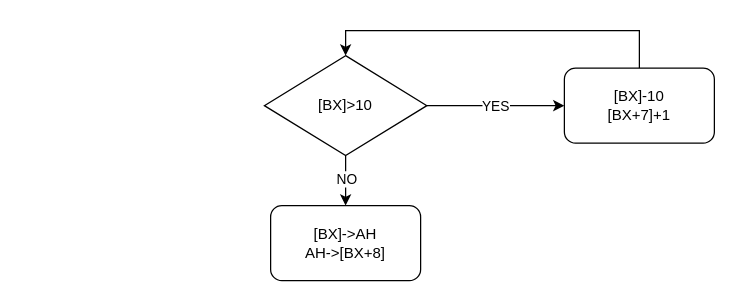
Syrzy/GITTEST keeps this draw.io diagram as 汇编实验1.1.drawio. Above is the earlier version. Source tidied: cells renumbered, new cells numbered last; positions are measured from the earlier drawing's top-left corner, leaving out a move shared by most shapes. Both pictures are drawn from the tidied source at 125%, with x=0, y=0 at pixel (264, 30).
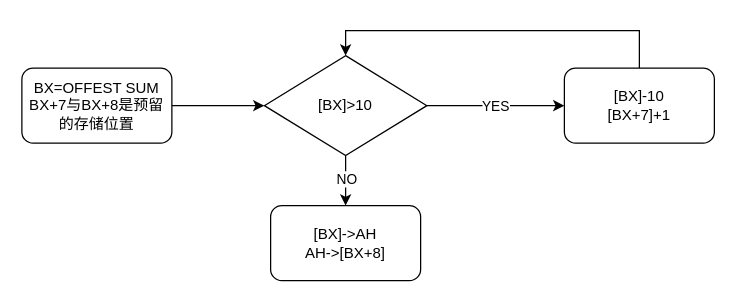
Above is the later version.

What changed in the source:
```diff
@@
 <mxGraphModel>
   <root>
     <mxCell id="0" />
     <mxCell id="1" parent="0" />
     <mxCell id="2" style="edgeStyle=orthogonalEdgeStyle;rounded=0;jettySize=auto;html=1;entryX=0;entryY=0.5;entryDx=0;entryDy=0;" parent="1" edge="1" source="6" target="8">
       <mxGeometry relative="1" as="geometry" />
     </mxCell>
     <mxCell id="3" value="YES" style="edgeLabel;html=1;align=center;verticalAlign=middle;" parent="2" vertex="1">
       <mxGeometry x="-0.2" y="2" relative="1" as="geometry">
         <mxPoint x="10" y="2" as="offset" />
       </mxGeometry>
     </mxCell>
     <mxCell id="4" style="edgeStyle=orthogonalEdgeStyle;rounded=0;jettySize=auto;html=1;" parent="1" edge="1" source="6" target="9">
       <mxGeometry relative="1" as="geometry" />
     </mxCell>
     <mxCell id="5" value="NO" style="edgeLabel;html=1;align=center;verticalAlign=middle;" parent="4" vertex="1">
       <mxGeometry x="-0.26" relative="1" as="geometry">
         <mxPoint y="3" as="offset" />
       </mxGeometry>
     </mxCell>
     <mxCell id="6" value="[BX]&amp;gt;10" style="rhombus;whiteSpace=wrap;html=1;" parent="1" vertex="1">
       <mxGeometry y="20" width="130" height="80" as="geometry" />
     </mxCell>
     <mxCell id="7" style="edgeStyle=orthogonalEdgeStyle;rounded=0;jettySize=auto;html=1;entryX=0.5;entryY=0;entryDx=0;entryDy=0;" parent="1" edge="1" source="8" target="6">
       <mxGeometry relative="1" as="geometry">
         <Array as="points">
           <mxPoint x="300" />
           <mxPoint x="65" />
         </Array>
       </mxGeometry>
     </mxCell>
     <mxCell id="8" value="[BX]-10&lt;br&gt;[BX+7]+1" style="rounded=1;whiteSpace=wrap;html=1;" parent="1" vertex="1">
       <mxGeometry x="240" y="30" width="120" height="60" as="geometry" />
     </mxCell>
     <mxCell id="9" value="[BX]-&amp;gt;AH&lt;br&gt;AH-&amp;gt;[BX+8]" style="rounded=1;whiteSpace=wrap;html=1;" parent="1" vertex="1">
       <mxGeometry x="5" y="140" width="120" height="60" as="geometry" />
     </mxCell>
+    <mxCell id="10" style="edgeStyle=orthogonalEdgeStyle;rounded=0;jettySize=auto;html=1;" parent="1" edge="1" source="11" target="6">
+      <mxGeometry relative="1" as="geometry" />
+    </mxCell>
+    <mxCell id="11" value="BX=OFFEST SUM&lt;br&gt;BX+7与BX+8是预留&lt;br&gt;的存储位置" style="rounded=1;whiteSpace=wrap;html=1;" parent="1" vertex="1">
+      <mxGeometry x="-194" y="30" width="120" height="60" as="geometry" />
+    </mxCell>
   </root>
 </mxGraphModel>
```
